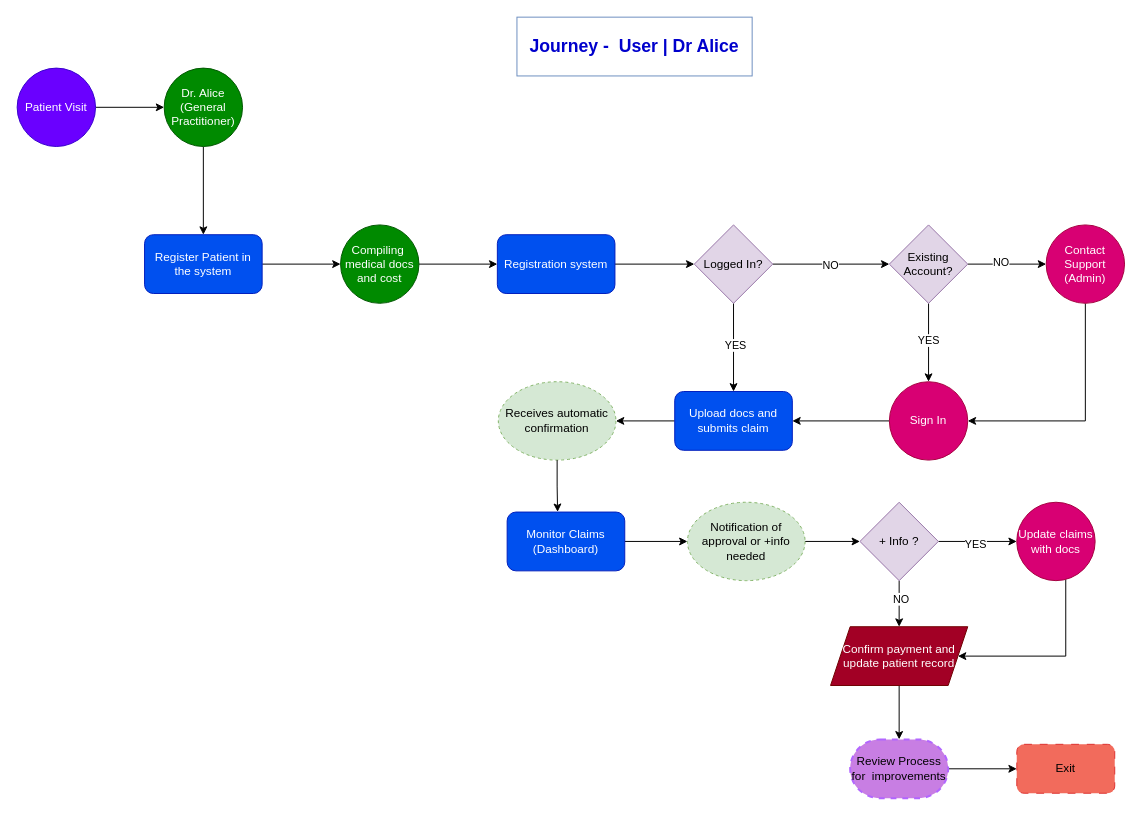
This is User John Doe Journey.drawio from dabiko/draw-io, a draw.io file, before an edit. Source tidied: cells renumbered, new cells numbered last; positions are measured from the earlier drawing's top-left corner, leaving out a move shared by most shapes. Both pictures are drawn from the tidied source at 98%, with x=0, y=0 at pixel (17, 17).
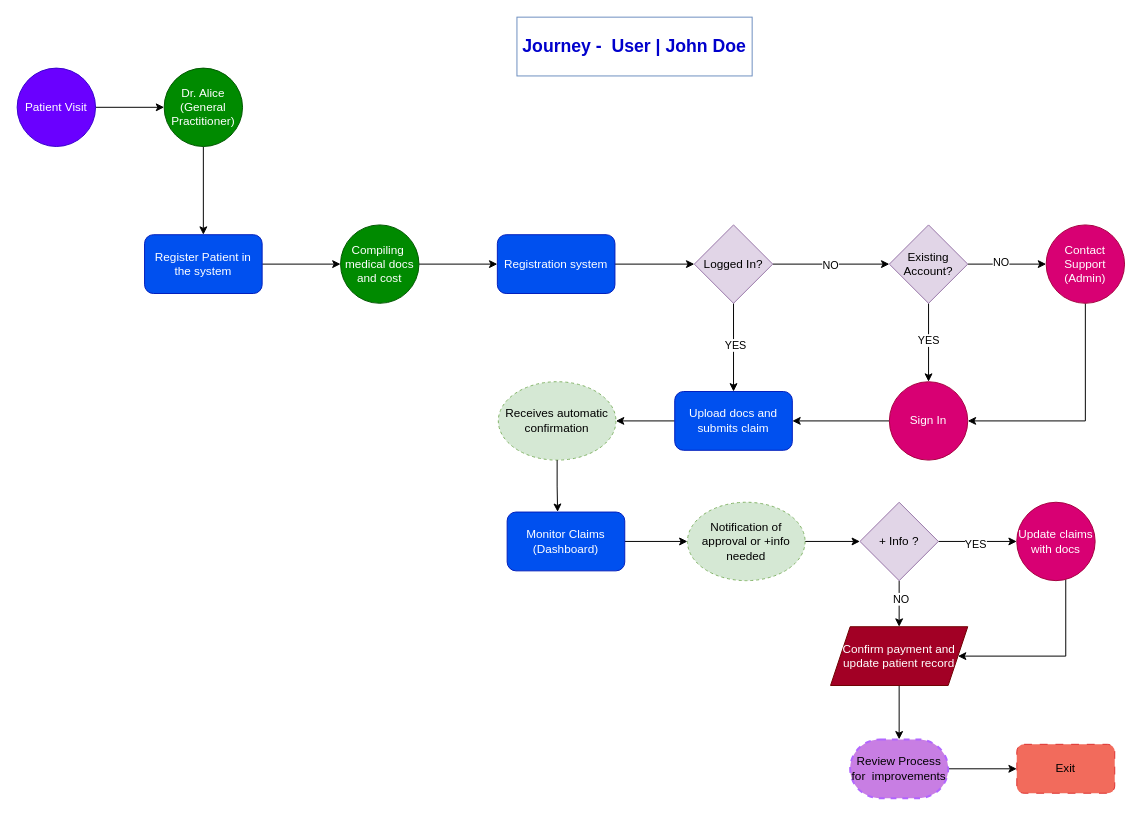
The same page after the edit.

Diff of the diagram source:
```diff
@@
-    <mxCell id="2" value="&lt;b&gt;&lt;font style=&quot;font-size: 18px;&quot; color=&quot;#0000cc&quot;&gt;Journey -&amp;nbsp; User | Dr Alice&lt;/font&gt;&lt;/b&gt;" style="text;html=1;align=center;verticalAlign=middle;whiteSpace=wrap;rounded=0;fillColor=none;strokeColor=#6c8ebf;" parent="1" vertex="1">
+    <mxCell id="2" value="&lt;b&gt;&lt;font style=&quot;font-size: 18px;&quot; color=&quot;#0000cc&quot;&gt;Journey -&amp;nbsp; User | John Doe&lt;/font&gt;&lt;/b&gt;" style="text;html=1;align=center;verticalAlign=middle;whiteSpace=wrap;rounded=0;fillColor=none;strokeColor=#6c8ebf;" parent="1" vertex="1">
       <mxGeometry x="510" width="240" height="60" as="geometry" />
     </mxCell>
```
